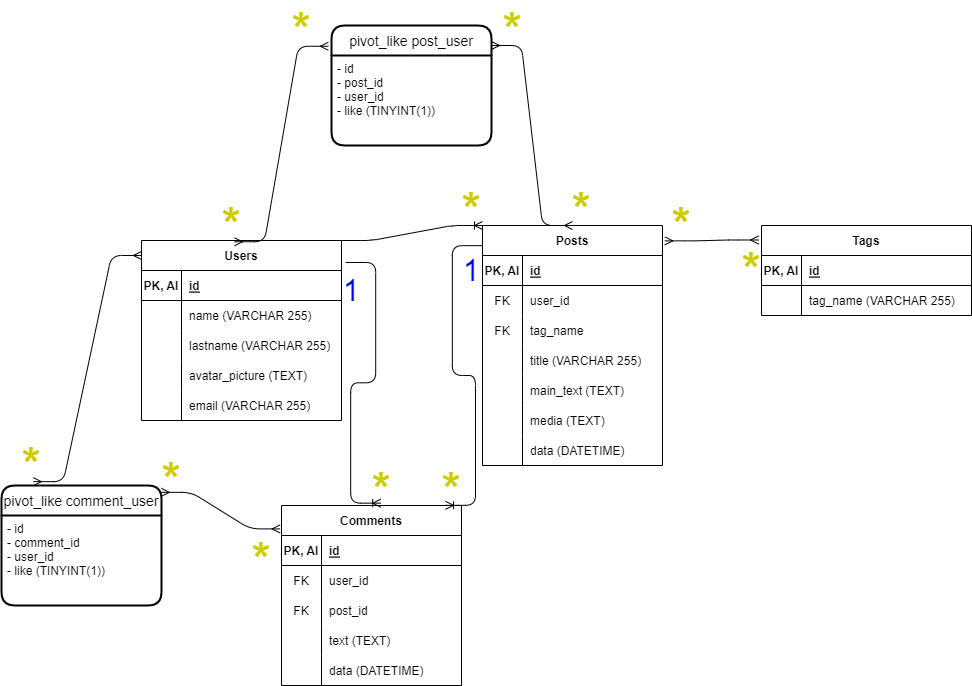
Earlier version of the draw.io export schema.png (RiccardoMont/social-platform). Source tidied: cells renumbered, new cells last; positions are measured from the earlier drawing's top-left corner, leaving out a move shared by most shapes.
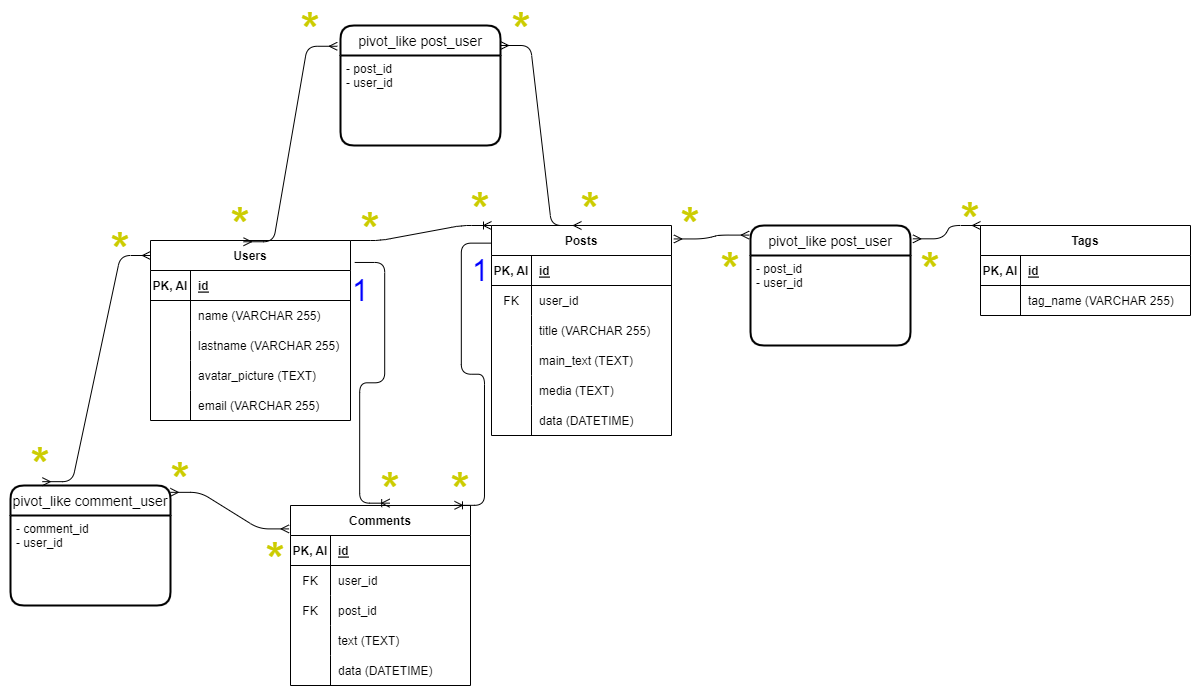
Later version of the same file.

Commit message:
connessione chiusa, aggiustato schema drawio

Change to the diagram source:
```diff
@@ -51,7 +51,7 @@
       <mxGeometry x="40" width="160" height="30" as="geometry" />
     </mxCell>
     <mxCell id="18" value="Posts" style="shape=table;startSize=30;rowLines=0;fontStyle=1;align=center;" parent="1" vertex="1">
-      <mxGeometry x="481" y="210" width="180" height="240" as="geometry" />
+      <mxGeometry x="481" y="210" width="180" height="210" as="geometry" />
     </mxCell>
     <mxCell id="19" style="shape=tableRow;horizontal=0;startSize=0;swimlaneHead=0;swimlaneBody=0;fillColor=none;top=0;left=0;right=0;bottom=1;" parent="18" vertex="1">
       <mxGeometry y="30" width="180" height="30" as="geometry" />
@@ -71,17 +71,8 @@
     <mxCell id="24" value="user_id" style="shape=partialRectangle;fillColor=none;top=0;left=0;bottom=0;right=0;align=left;spacingLeft=6;overflow=hidden;" parent="22" vertex="1">
       <mxGeometry x="40" width="140" height="30" as="geometry" />
     </mxCell>
-    <mxCell id="25" style="shape=tableRow;horizontal=0;startSize=0;swimlaneHead=0;swimlaneBody=0;fillColor=none;top=0;left=0;right=0;bottom=0;" parent="18" vertex="1">
-      <mxGeometry y="90" width="180" height="30" as="geometry" />
-    </mxCell>
-    <mxCell id="26" value="FK" style="shape=partialRectangle;fillColor=none;top=0;left=0;bottom=0;right=0;overflow=hidden;" parent="25" vertex="1">
-      <mxGeometry width="40" height="30" as="geometry" />
-    </mxCell>
-    <mxCell id="27" value="tag_name" style="shape=partialRectangle;fillColor=none;top=0;left=0;bottom=0;right=0;align=left;spacingLeft=6;overflow=hidden;" parent="25" vertex="1">
-      <mxGeometry x="40" width="140" height="30" as="geometry" />
-    </mxCell>
     <mxCell id="28" style="shape=tableRow;horizontal=0;startSize=0;swimlaneHead=0;swimlaneBody=0;fillColor=none;top=0;left=0;right=0;bottom=0;" parent="18" vertex="1">
-      <mxGeometry y="120" width="180" height="30" as="geometry" />
+      <mxGeometry y="90" width="180" height="30" as="geometry" />
     </mxCell>
     <mxCell id="29" style="shape=partialRectangle;fillColor=none;top=0;left=0;bottom=0;right=0;overflow=hidden;" parent="28" vertex="1">
       <mxGeometry width="40" height="30" as="geometry" />
@@ -90,7 +81,7 @@
       <mxGeometry x="40" width="140" height="30" as="geometry" />
     </mxCell>
     <mxCell id="31" style="shape=tableRow;horizontal=0;startSize=0;swimlaneHead=0;swimlaneBody=0;fillColor=none;top=0;left=0;right=0;bottom=0;" parent="18" vertex="1">
-      <mxGeometry y="150" width="180" height="30" as="geometry" />
+      <mxGeometry y="120" width="180" height="30" as="geometry" />
     </mxCell>
     <mxCell id="32" style="shape=partialRectangle;fillColor=none;top=0;left=0;bottom=0;right=0;overflow=hidden;" parent="31" vertex="1">
       <mxGeometry width="40" height="30" as="geometry" />
@@ -99,7 +90,7 @@
       <mxGeometry x="40" width="140" height="30" as="geometry" />
     </mxCell>
     <mxCell id="34" style="shape=tableRow;horizontal=0;startSize=0;swimlaneHead=0;swimlaneBody=0;fillColor=none;top=0;left=0;right=0;bottom=0;" parent="18" vertex="1">
-      <mxGeometry y="180" width="180" height="30" as="geometry" />
+      <mxGeometry y="150" width="180" height="30" as="geometry" />
     </mxCell>
     <mxCell id="35" style="shape=partialRectangle;fillColor=none;top=0;left=0;bottom=0;right=0;overflow=hidden;" parent="34" vertex="1">
       <mxGeometry width="40" height="30" as="geometry" />
@@ -108,7 +99,7 @@
       <mxGeometry x="40" width="140" height="30" as="geometry" />
     </mxCell>
     <mxCell id="37" style="shape=tableRow;horizontal=0;startSize=0;swimlaneHead=0;swimlaneBody=0;fillColor=none;top=0;left=0;right=0;bottom=0;" parent="18" vertex="1">
-      <mxGeometry y="210" width="180" height="30" as="geometry" />
+      <mxGeometry y="180" width="180" height="30" as="geometry" />
     </mxCell>
     <mxCell id="38" style="shape=partialRectangle;fillColor=none;top=0;left=0;bottom=0;right=0;overflow=hidden;" parent="37" vertex="1">
       <mxGeometry width="40" height="30" as="geometry" />
@@ -176,7 +167,7 @@
     <mxCell id="59" value="pivot_like post_user" style="swimlane;horizontal=1;startSize=30;rounded=1;fontSize=14;fontStyle=0;strokeWidth=2;shadow=0;dashed=0;align=center;" parent="1" vertex="1">
       <mxGeometry x="330" y="10" width="160" height="120" as="geometry" />
     </mxCell>
-    <mxCell id="60" value="- id&#10;- post_id&#10;- user_id&#10;- like (TINYINT(1))" style="align=left;strokeColor=none;fillColor=none;spacingLeft=4;fontSize=12;verticalAlign=top;" parent="59" vertex="1">
+    <mxCell id="60" value="- post_id&#10;- user_id" style="align=left;strokeColor=none;fillColor=none;spacingLeft=4;fontSize=12;verticalAlign=top;" parent="59" vertex="1">
       <mxGeometry y="30" width="160" height="90" as="geometry" />
     </mxCell>
     <mxCell id="61" style="edgeStyle=entityRelationEdgeStyle;fontSize=12;html=1;endArrow=ERmany;startArrow=ERmany;exitX=0.465;exitY=0.007;exitDx=0;exitDy=0;exitPerimeter=0;entryX=-0.02;entryY=0.173;entryDx=0;entryDy=0;entryPerimeter=0;" parent="1" edge="1" source="2" target="59">
@@ -211,7 +202,7 @@
     <mxCell id="70" value="pivot_like comment_user" style="swimlane;horizontal=1;startSize=30;rounded=1;fontSize=14;fontStyle=0;strokeWidth=2;shadow=0;dashed=0;align=center;" parent="1" vertex="1">
       <mxGeometry y="470" width="160" height="120" as="geometry" />
     </mxCell>
-    <mxCell id="71" value="- id&#10;- comment_id&#10;- user_id&#10;- like (TINYINT(1))" style="align=left;strokeColor=none;fillColor=none;spacingLeft=4;fontSize=12;verticalAlign=top;" parent="70" vertex="1">
+    <mxCell id="71" value="- comment_id&#10;- user_id" style="align=left;strokeColor=none;fillColor=none;spacingLeft=4;fontSize=12;verticalAlign=top;" parent="70" vertex="1">
       <mxGeometry y="30" width="160" height="90" as="geometry" />
     </mxCell>
     <mxCell id="72" style="edgeStyle=entityRelationEdgeStyle;fontSize=12;html=1;endArrow=ERmany;startArrow=ERmany;fontColor=#CCCC00;exitX=0.199;exitY=-0.032;exitDx=0;exitDy=0;exitPerimeter=0;" parent="1" edge="1" source="70">
@@ -228,8 +219,8 @@
     <mxCell id="75" value="&lt;font color=&quot;#cccc00&quot; style=&quot;font-size: 50px;&quot;&gt;*&lt;/font&gt;" style="text;strokeColor=none;align=center;fillColor=none;html=1;verticalAlign=middle;whiteSpace=wrap;rounded=0;" parent="1" vertex="1">
       <mxGeometry y="430" width="60" height="40" as="geometry" />
     </mxCell>
-    <mxCell id="76" value="&lt;font color=&quot;#cccc00&quot; style=&quot;font-size: 50px;&quot;&gt;*&lt;/font&gt;" style="text;strokeColor=none;align=center;fillColor=none;html=1;verticalAlign=middle;whiteSpace=wrap;rounded=0;" parent="1" vertex="1">
-      <mxGeometry x="230" y="530" width="60" height="30" as="geometry" />
+    <mxCell id="76" value="&lt;font color=&quot;#ffffff&quot;&gt;Pivot per indicare i like ai singoli commenti&lt;/font&gt;" style="text;strokeColor=none;align=center;fillColor=none;html=1;verticalAlign=middle;whiteSpace=wrap;rounded=0;" parent="1" vertex="1">
+      <mxGeometry x="-10" y="590" width="180" height="50" as="geometry" />
     </mxCell>
     <mxCell id="77" value="&lt;font color=&quot;#0000ff&quot; style=&quot;font-size: 30px;&quot;&gt;1&lt;/font&gt;" style="text;strokeColor=none;align=center;fillColor=none;html=1;verticalAlign=middle;whiteSpace=wrap;rounded=0;" parent="1" vertex="1">
       <mxGeometry x="320" y="260" width="60" height="30" as="geometry" />
@@ -238,7 +229,7 @@
       <mxGeometry x="440" y="240" width="60" height="30" as="geometry" />
     </mxCell>
     <mxCell id="79" value="Tags" style="shape=table;startSize=30;rowLines=0;fontStyle=1;align=center;" parent="1" vertex="1">
-      <mxGeometry x="760" y="210" width="210" height="90" as="geometry" />
+      <mxGeometry x="970" y="210" width="210" height="90" as="geometry" />
     </mxCell>
     <mxCell id="80" style="shape=tableRow;horizontal=0;startSize=0;swimlaneHead=0;swimlaneBody=0;fillColor=none;top=0;left=0;right=0;bottom=1;" parent="79" vertex="1">
       <mxGeometry y="30" width="210" height="30" as="geometry" />
@@ -258,14 +249,40 @@
     <mxCell id="85" value="tag_name (VARCHAR 255)" style="shape=partialRectangle;fillColor=none;top=0;left=0;bottom=0;right=0;align=left;spacingLeft=6;overflow=hidden;" parent="83" vertex="1">
       <mxGeometry x="40" width="170" height="30" as="geometry" />
     </mxCell>
-    <mxCell id="86" style="edgeStyle=entityRelationEdgeStyle;fontSize=12;html=1;endArrow=ERmany;startArrow=ERmany;fontColor=default;exitX=1.013;exitY=0.064;exitDx=0;exitDy=0;exitPerimeter=0;entryX=-0.014;entryY=0.161;entryDx=0;entryDy=0;entryPerimeter=0;" parent="1" edge="1" source="18" target="79">
+    <mxCell id="86" style="edgeStyle=entityRelationEdgeStyle;fontSize=12;html=1;endArrow=ERmany;startArrow=ERmany;fontColor=default;exitX=1.013;exitY=0.064;exitDx=0;exitDy=0;exitPerimeter=0;entryX=-0.008;entryY=0.08;entryDx=0;entryDy=0;entryPerimeter=0;" parent="1" edge="1" source="18" target="89">
       <mxGeometry relative="1" as="geometry" />
     </mxCell>
     <mxCell id="87" value="&lt;font color=&quot;#cccc00&quot; style=&quot;font-size: 50px;&quot;&gt;*&lt;/font&gt;" style="text;strokeColor=none;align=center;fillColor=none;html=1;verticalAlign=middle;whiteSpace=wrap;rounded=0;" parent="1" vertex="1">
       <mxGeometry x="650" y="195" width="60" height="30" as="geometry" />
     </mxCell>
     <mxCell id="88" value="&lt;font color=&quot;#cccc00&quot; style=&quot;font-size: 50px;&quot;&gt;*&lt;/font&gt;" style="text;strokeColor=none;align=center;fillColor=none;html=1;verticalAlign=middle;whiteSpace=wrap;rounded=0;" parent="1" vertex="1">
-      <mxGeometry x="720" y="240" width="60" height="30" as="geometry" />
+      <mxGeometry x="930" y="190" width="60" height="30" as="geometry" />
     </mxCell>
+    <mxCell id="89" value="pivot_like post_user" style="swimlane;horizontal=1;startSize=30;rounded=1;fontSize=14;fontStyle=0;strokeWidth=2;shadow=0;dashed=0;align=center;" parent="1" vertex="1">
+      <mxGeometry x="740" y="210" width="160" height="120" as="geometry" />
+    </mxCell>
+    <mxCell id="90" value="- post_id&#10;- user_id" style="align=left;strokeColor=none;fillColor=none;spacingLeft=4;fontSize=12;verticalAlign=top;" parent="89" vertex="1">
+      <mxGeometry y="30" width="160" height="90" as="geometry" />
+    </mxCell>
+    <mxCell id="91" style="edgeStyle=entityRelationEdgeStyle;fontSize=12;html=1;endArrow=ERmany;startArrow=ERmany;fontColor=default;exitX=1.015;exitY=0.111;exitDx=0;exitDy=0;exitPerimeter=0;entryX=-0.008;entryY=0.08;entryDx=0;entryDy=0;entryPerimeter=0;" parent="1" edge="1" source="89">
+      <mxGeometry relative="1" as="geometry">
+        <mxPoint x="970" y="210" as="targetPoint" />
+      </mxGeometry>
+    </mxCell>
+    <mxCell id="92" value="&lt;font color=&quot;#cccc00&quot; style=&quot;font-size: 50px;&quot;&gt;*&lt;/font&gt;" style="text;strokeColor=none;align=center;fillColor=none;html=1;verticalAlign=middle;whiteSpace=wrap;rounded=0;" parent="1" vertex="1">
+      <mxGeometry x="890" y="240" width="60" height="30" as="geometry" />
+    </mxCell>
+    <mxCell id="93" value="&lt;font color=&quot;#cccc00&quot; style=&quot;font-size: 50px;&quot;&gt;*&lt;/font&gt;" style="text;strokeColor=none;align=center;fillColor=none;html=1;verticalAlign=middle;whiteSpace=wrap;rounded=0;" parent="1" vertex="1">
+      <mxGeometry x="690" y="240" width="60" height="30" as="geometry" />
+    </mxCell>
+    <mxCell id="94" value="&lt;font color=&quot;#cccc00&quot; style=&quot;font-size: 50px;&quot;&gt;*&lt;/font&gt;" style="text;strokeColor=none;align=center;fillColor=none;html=1;verticalAlign=middle;whiteSpace=wrap;rounded=0;" parent="1" vertex="1">
+      <mxGeometry x="330" y="200" width="60" height="30" as="geometry" />
+    </mxCell>
+    <mxCell id="95" value="&lt;font color=&quot;#cccc00&quot; style=&quot;font-size: 50px;&quot;&gt;*&lt;/font&gt;" style="text;strokeColor=none;align=center;fillColor=none;html=1;verticalAlign=middle;whiteSpace=wrap;rounded=0;" parent="1" vertex="1">
+      <mxGeometry x="235" y="530" width="60" height="30" as="geometry" />
+    </mxCell>
+    <mxCell id="96" value="&lt;font color=&quot;#cccc00&quot; style=&quot;font-size: 50px;&quot;&gt;*&lt;/font&gt;" style="text;strokeColor=none;align=center;fillColor=none;html=1;verticalAlign=middle;whiteSpace=wrap;rounded=0;" parent="1" vertex="1">
+      <mxGeometry x="80" y="220" width="60" height="30" as="geometry" />
+    </mxCell>
   </root>
 </mxGraphModel>
```
